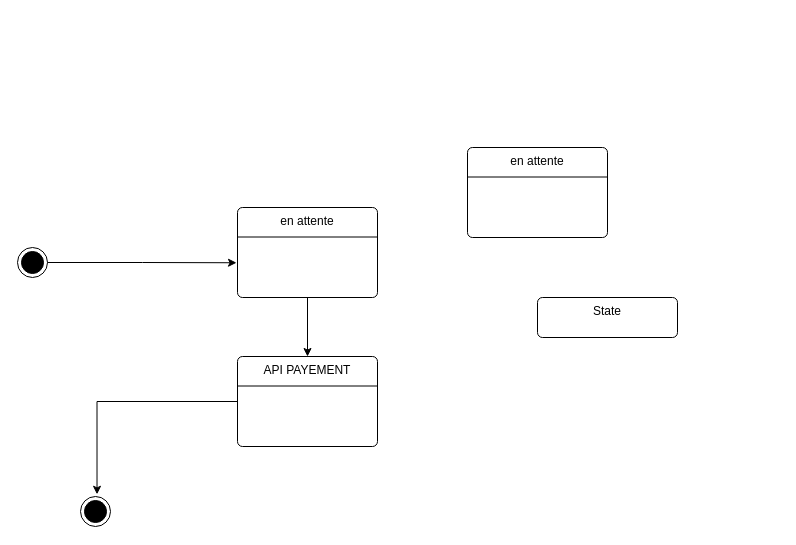
Earlier version of the draw.io diagram res/Etat transistion.drawio (Meshavegas/Fadhyl-Store). Source tidied: cells renumbered, new cells numbered last; positions are measured from the earlier drawing's top-left corner, leaving out a move shared by most shapes. Both pictures are drawn from the tidied source at 100%, with x=0, y=0 at pixel (17, 147).
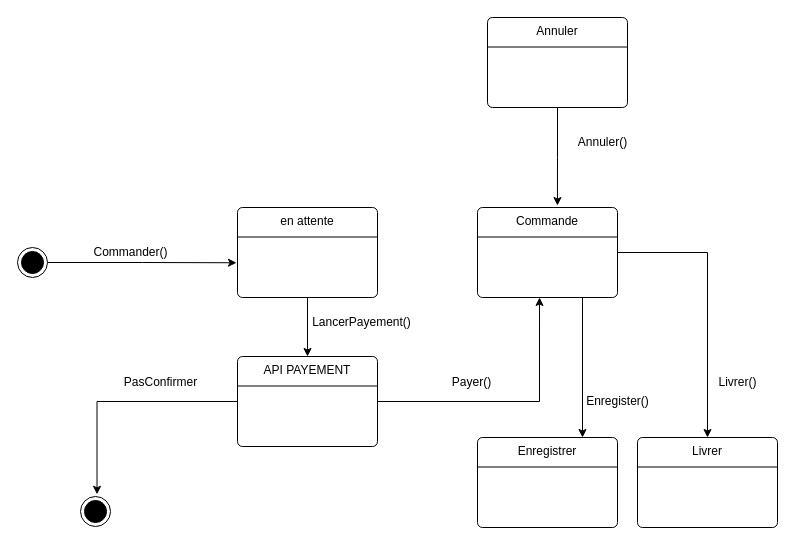
After the change.

The change refers to these unchanged cells:
```xml
<mxCell id="12" value="API PAYEMENT" style="html=1;align=center;verticalAlign=top;rounded=1;absoluteArcSize=1;arcSize=10;dashed=0;whiteSpace=wrap;" parent="11" vertex="1">
  <mxGeometry width="140" height="90" as="geometry" />
</mxCell>
```

What changed in the source:
```diff
@@
-    <mxCell id="4" value="State" style="html=1;align=center;verticalAlign=top;rounded=1;absoluteArcSize=1;arcSize=10;dashed=0;whiteSpace=wrap;" parent="1" vertex="1">
-      <mxGeometry x="520" y="150" width="140" height="40" as="geometry" />
-    </mxCell>
@@
     <mxCell id="8" style="group;" parent="1" vertex="1">
-      <mxGeometry x="450" width="140" height="90" as="geometry" />
+      <mxGeometry x="460" y="60" width="140" height="90" as="geometry" />
     </mxCell>
-    <mxCell id="9" value="en attente" style="html=1;align=center;verticalAlign=top;rounded=1;absoluteArcSize=1;arcSize=10;dashed=0;whiteSpace=wrap;" parent="8" vertex="1">
+    <mxCell id="9" value="Commande" style="html=1;align=center;verticalAlign=top;rounded=1;absoluteArcSize=1;arcSize=10;dashed=0;whiteSpace=wrap;" parent="8" vertex="1">
       <mxGeometry width="140" height="90" as="geometry" />
     </mxCell>
@@
+    <mxCell id="17" style="edgeStyle=orthogonalEdgeStyle;rounded=0;jettySize=auto;html=1;exitX=1;exitY=0.5;exitDx=0;exitDy=0;entryX=0.443;entryY=1;entryDx=0;entryDy=0;entryPerimeter=0;" parent="1" edge="1" source="12" target="9">
+      <mxGeometry relative="1" as="geometry" />
+    </mxCell>
+    <mxCell id="18" style="group;" parent="1" vertex="1">
+      <mxGeometry x="460" y="290" width="140" height="90" as="geometry" />
+    </mxCell>
+    <mxCell id="19" value="Enregistrer" style="html=1;align=center;verticalAlign=top;rounded=1;absoluteArcSize=1;arcSize=10;dashed=0;whiteSpace=wrap;" parent="18" vertex="1">
+      <mxGeometry width="140" height="90" as="geometry" />
+    </mxCell>
+    <mxCell id="20" style="endArrow=none;html=1;rounded=0;entryX=1;entryY=0.25;entryDx=0;entryDy=0;exitX=0;exitY=0.25;exitDx=0;exitDy=0;" parent="18" edge="1">
+      <mxGeometry relative="1" as="geometry">
+        <mxPoint y="29.5" as="sourcePoint" />
+        <mxPoint x="140" y="29.5" as="targetPoint" />
+      </mxGeometry>
+    </mxCell>
+    <mxCell id="21" style="edgeStyle=orthogonalEdgeStyle;rounded=0;jettySize=auto;html=1;exitX=0.75;exitY=1;exitDx=0;exitDy=0;entryX=0.75;entryY=0;entryDx=0;entryDy=0;" parent="1" edge="1" source="9" target="19">
+      <mxGeometry relative="1" as="geometry" />
+    </mxCell>
+    <mxCell id="22" style="group;" parent="1" vertex="1">
+      <mxGeometry x="620" y="290" width="140" height="90" as="geometry" />
+    </mxCell>
+    <mxCell id="23" value="Livrer" style="html=1;align=center;verticalAlign=top;rounded=1;absoluteArcSize=1;arcSize=10;dashed=0;whiteSpace=wrap;" parent="22" vertex="1">
+      <mxGeometry width="140" height="90" as="geometry" />
+    </mxCell>
+    <mxCell id="24" style="endArrow=none;html=1;rounded=0;entryX=1;entryY=0.25;entryDx=0;entryDy=0;exitX=0;exitY=0.25;exitDx=0;exitDy=0;" parent="22" edge="1">
+      <mxGeometry relative="1" as="geometry">
+        <mxPoint y="29.5" as="sourcePoint" />
+        <mxPoint x="140" y="29.5" as="targetPoint" />
+      </mxGeometry>
+    </mxCell>
+    <mxCell id="25" style="edgeStyle=orthogonalEdgeStyle;rounded=0;jettySize=auto;html=1;exitX=1;exitY=0.5;exitDx=0;exitDy=0;entryX=0.5;entryY=0;entryDx=0;entryDy=0;" parent="1" edge="1" source="9" target="23">
+      <mxGeometry relative="1" as="geometry" />
+    </mxCell>
+    <mxCell id="26" style="group;" parent="1" vertex="1">
+      <mxGeometry x="470" y="-130" width="140" height="90" as="geometry" />
+    </mxCell>
+    <mxCell id="27" value="Annuler" style="html=1;align=center;verticalAlign=top;rounded=1;absoluteArcSize=1;arcSize=10;dashed=0;whiteSpace=wrap;" parent="26" vertex="1">
+      <mxGeometry width="140" height="90" as="geometry" />
+    </mxCell>
+    <mxCell id="28" style="endArrow=none;html=1;rounded=0;entryX=1;entryY=0.25;entryDx=0;entryDy=0;exitX=0;exitY=0.25;exitDx=0;exitDy=0;" parent="26" edge="1">
+      <mxGeometry relative="1" as="geometry">
+        <mxPoint y="29.5" as="sourcePoint" />
+        <mxPoint x="140" y="29.5" as="targetPoint" />
+      </mxGeometry>
+    </mxCell>
+    <mxCell id="29" style="edgeStyle=orthogonalEdgeStyle;rounded=0;jettySize=auto;html=1;exitX=0.5;exitY=1;exitDx=0;exitDy=0;entryX=0.571;entryY=-0.022;entryDx=0;entryDy=0;entryPerimeter=0;" parent="1" edge="1" source="27" target="9">
+      <mxGeometry relative="1" as="geometry" />
+    </mxCell>
+    <mxCell id="30" value="Commander()" style="text;html=1;align=center;verticalAlign=middle;strokeColor=none;fillColor=none;" parent="1" vertex="1">
+      <mxGeometry x="63" y="90" width="100" height="30" as="geometry" />
+    </mxCell>
+    <mxCell id="31" value="LancerPayement()" style="text;html=1;align=center;verticalAlign=middle;strokeColor=none;fillColor=none;" parent="1" vertex="1">
+      <mxGeometry x="284" y="160" width="120" height="30" as="geometry" />
+    </mxCell>
+    <mxCell id="32" value="PasConfirmer" style="text;html=1;align=center;verticalAlign=middle;strokeColor=none;fillColor=none;" parent="1" vertex="1">
+      <mxGeometry x="93" y="220" width="100" height="30" as="geometry" />
+    </mxCell>
+    <mxCell id="33" value="Payer()" style="text;html=1;align=center;verticalAlign=middle;strokeColor=none;fillColor=none;" parent="1" vertex="1">
+      <mxGeometry x="424" y="220" width="60" height="30" as="geometry" />
+    </mxCell>
+    <mxCell id="34" value="Livrer()" style="text;html=1;align=center;verticalAlign=middle;strokeColor=none;fillColor=none;" parent="1" vertex="1">
+      <mxGeometry x="690" y="220" width="60" height="30" as="geometry" />
+    </mxCell>
+    <mxCell id="35" value="Enregister()" style="text;html=1;align=center;verticalAlign=middle;strokeColor=none;fillColor=none;" parent="1" vertex="1">
+      <mxGeometry x="555" y="239" width="90" height="30" as="geometry" />
+    </mxCell>
+    <mxCell id="36" value="Annuler()" style="text;html=1;align=center;verticalAlign=middle;strokeColor=none;fillColor=none;" parent="1" vertex="1">
+      <mxGeometry x="550" y="-20" width="70" height="30" as="geometry" />
+    </mxCell>
```
